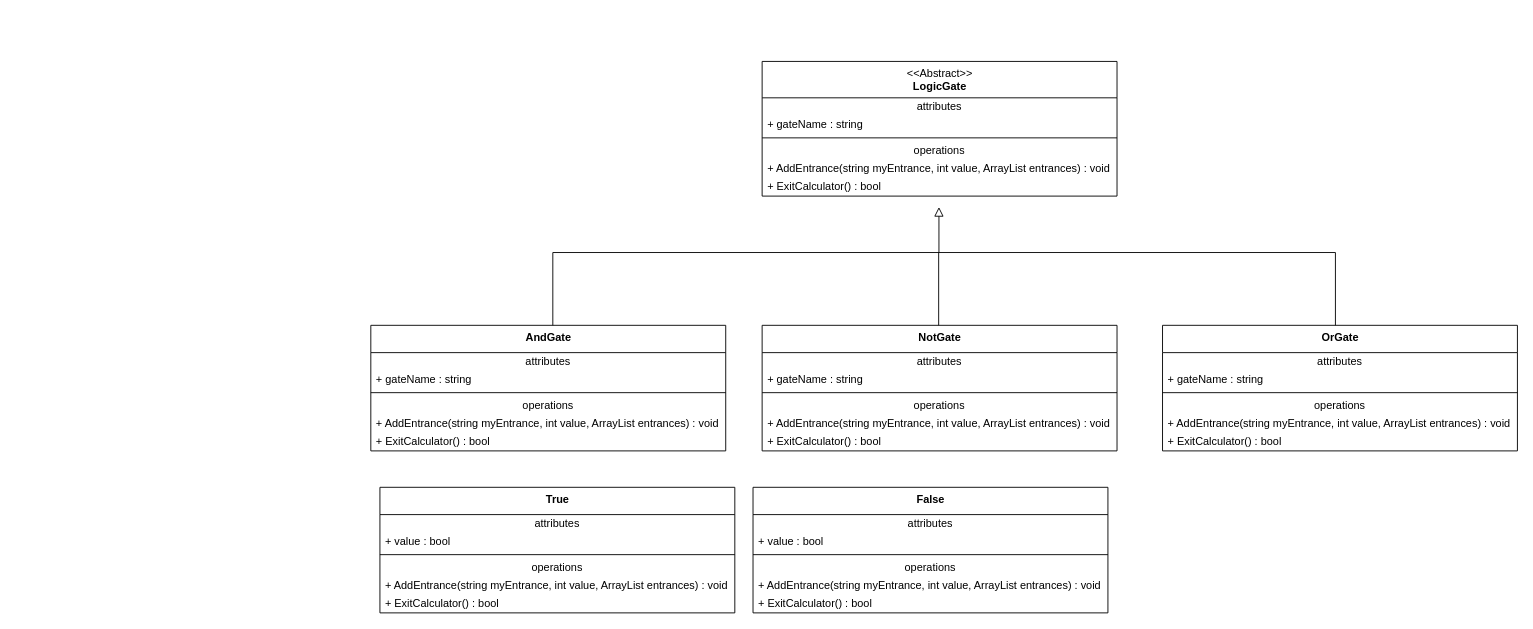
The draw.io diagram uml.drawio in juanalopez1/LogicGates, before the edit. Source tidied: cells renumbered, new cells numbered last; positions are measured from the earlier drawing's top-left corner, leaving out a move shared by most shapes. Both pictures are drawn from the tidied source at 91%, with x=0, y=0 at pixel (370, 61).
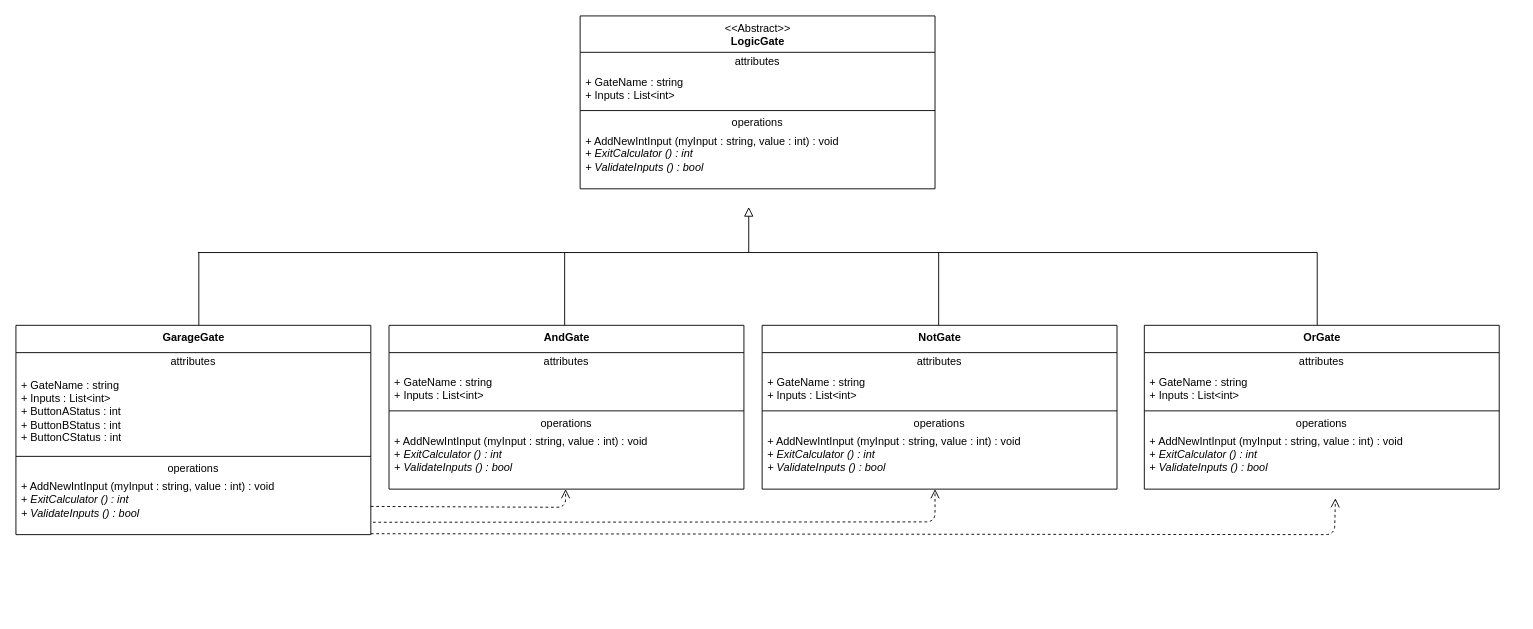
Above is the later version.

The edit, as a diff of the source:
```diff
@@
     <mxCell id="2" value="&amp;lt;&amp;lt;Abstract&amp;gt;&amp;gt;&lt;br&gt;&lt;b&gt;LogicGate&lt;/b&gt;" style="swimlane;fontStyle=0;align=center;verticalAlign=top;horizontal=1;startSize=40;html=1;" parent="1" vertex="1">
-      <mxGeometry x="430" width="390" height="148" as="geometry" />
+      <mxGeometry x="230" y="-50" width="390" height="190" as="geometry" />
     </mxCell>
@@
-    <mxCell id="4" value="+ gateName : string" style="text;html=1;strokeColor=none;fillColor=none;align=left;verticalAlign=middle;spacingLeft=4;spacingRight=4;overflow=hidden;" parent="2" vertex="1">
-      <mxGeometry y="60" width="390" height="20" as="geometry" />
+    <mxCell id="4" value="+ GateName : string&lt;br&gt;+ Inputs : List&amp;lt;int&amp;gt;" style="text;html=1;strokeColor=none;fillColor=none;align=left;verticalAlign=middle;spacingLeft=4;spacingRight=4;overflow=hidden;" parent="2" vertex="1">
+      <mxGeometry y="60" width="390" height="40" as="geometry" />
     </mxCell>
     <mxCell id="5" style="line;strokeWidth=1;fillColor=none;align=left;verticalAlign=middle;spacingTop=-1;spacingLeft=3;spacingRight=3;labelPosition=right;" parent="2" vertex="1">
-      <mxGeometry y="80" width="390" height="8" as="geometry" />
+      <mxGeometry y="100" width="390" height="8" as="geometry" />
     </mxCell>
     <mxCell id="6" value="operations" style="text;html=1;strokeColor=none;fillColor=none;align=center;verticalAlign=middle;spacingLeft=4;spacingRight=4;overflow=hidden;" parent="2" vertex="1">
-      <mxGeometry y="88" width="390" height="20" as="geometry" />
+      <mxGeometry y="108" width="390" height="20" as="geometry" />
     </mxCell>
-    <mxCell id="7" value="+ AddEntrance(string myEntrance, int value, ArrayList entrances) : void&amp;nbsp;" style="text;html=1;strokeColor=none;fillColor=none;align=left;verticalAlign=middle;spacingLeft=4;spacingRight=4;overflow=hidden;" parent="2" vertex="1">
-      <mxGeometry y="108" width="390" height="20" as="geometry" />
+    <mxCell id="7" value="+ AddNewIntInput (myInput : string, value : int) : void&amp;nbsp;&lt;br&gt;+ &lt;i&gt;ExitCalculator () : int&lt;br&gt;+ ValidateInputs () : bool&lt;br&gt;&lt;br&gt;&lt;/i&gt;" style="text;html=1;strokeColor=none;fillColor=none;align=left;verticalAlign=middle;spacingLeft=4;spacingRight=4;overflow=hidden;" parent="2" vertex="1">
+      <mxGeometry y="128" width="390" height="62" as="geometry" />
     </mxCell>
-    <mxCell id="8" value="+ ExitCalculator() : bool&amp;nbsp;" style="text;html=1;strokeColor=none;fillColor=none;align=left;verticalAlign=middle;spacingLeft=4;spacingRight=4;overflow=hidden;" parent="2" vertex="1">
-      <mxGeometry y="128" width="390" height="20" as="geometry" />
-    </mxCell>
-    <mxCell id="9" value="&lt;b&gt;AndGate&lt;/b&gt;" style="swimlane;fontStyle=0;align=center;verticalAlign=top;horizontal=1;startSize=30;html=1;" parent="1" vertex="1">
-      <mxGeometry y="290" width="390" height="138" as="geometry" />
-    </mxCell>
-    <mxCell id="10" value="attributes" style="text;html=1;strokeColor=none;fillColor=none;align=center;verticalAlign=middle;spacingLeft=4;spacingRight=4;overflow=hidden;" parent="9" vertex="1">
-      <mxGeometry y="30" width="390" height="20" as="geometry" />
-    </mxCell>
-    <mxCell id="11" value="+ gateName : string" style="text;html=1;strokeColor=none;fillColor=none;align=left;verticalAlign=middle;spacingLeft=4;spacingRight=4;overflow=hidden;" parent="9" vertex="1">
-      <mxGeometry y="50" width="390" height="20" as="geometry" />
-    </mxCell>
-    <mxCell id="12" style="line;strokeWidth=1;fillColor=none;align=left;verticalAlign=middle;spacingTop=-1;spacingLeft=3;spacingRight=3;labelPosition=right;" parent="9" vertex="1">
-      <mxGeometry y="70" width="390" height="8" as="geometry" />
-    </mxCell>
-    <mxCell id="13" value="operations" style="text;html=1;strokeColor=none;fillColor=none;align=center;verticalAlign=middle;spacingLeft=4;spacingRight=4;overflow=hidden;" parent="9" vertex="1">
-      <mxGeometry y="78" width="390" height="20" as="geometry" />
-    </mxCell>
-    <mxCell id="14" value="+ AddEntrance(string myEntrance, int value, ArrayList entrances) : void&amp;nbsp;" style="text;html=1;strokeColor=none;fillColor=none;align=left;verticalAlign=middle;spacingLeft=4;spacingRight=4;overflow=hidden;" parent="9" vertex="1">
-      <mxGeometry y="98" width="390" height="20" as="geometry" />
-    </mxCell>
-    <mxCell id="15" value="+ ExitCalculator() : bool&amp;nbsp;" style="text;html=1;strokeColor=none;fillColor=none;align=left;verticalAlign=middle;spacingLeft=4;spacingRight=4;overflow=hidden;" parent="9" vertex="1">
-      <mxGeometry y="118" width="390" height="20" as="geometry" />
-    </mxCell>
-    <mxCell id="16" value="&lt;b&gt;OrGate&lt;/b&gt;" style="swimlane;fontStyle=0;align=center;verticalAlign=top;horizontal=1;startSize=30;html=1;" parent="1" vertex="1">
-      <mxGeometry x="870" y="290" width="390" height="138" as="geometry" />
-    </mxCell>
-    <mxCell id="17" value="attributes" style="text;html=1;strokeColor=none;fillColor=none;align=center;verticalAlign=middle;spacingLeft=4;spacingRight=4;overflow=hidden;" parent="16" vertex="1">
-      <mxGeometry y="30" width="390" height="20" as="geometry" />
-    </mxCell>
-    <mxCell id="18" value="+ gateName : string" style="text;html=1;strokeColor=none;fillColor=none;align=left;verticalAlign=middle;spacingLeft=4;spacingRight=4;overflow=hidden;" parent="16" vertex="1">
-      <mxGeometry y="50" width="390" height="20" as="geometry" />
-    </mxCell>
-    <mxCell id="19" style="line;strokeWidth=1;fillColor=none;align=left;verticalAlign=middle;spacingTop=-1;spacingLeft=3;spacingRight=3;labelPosition=right;" parent="16" vertex="1">
-      <mxGeometry y="70" width="390" height="8" as="geometry" />
-    </mxCell>
-    <mxCell id="20" value="operations" style="text;html=1;strokeColor=none;fillColor=none;align=center;verticalAlign=middle;spacingLeft=4;spacingRight=4;overflow=hidden;" parent="16" vertex="1">
-      <mxGeometry y="78" width="390" height="20" as="geometry" />
-    </mxCell>
-    <mxCell id="21" value="+ AddEntrance(string myEntrance, int value, ArrayList entrances) : void&amp;nbsp;" style="text;html=1;strokeColor=none;fillColor=none;align=left;verticalAlign=middle;spacingLeft=4;spacingRight=4;overflow=hidden;" parent="16" vertex="1">
-      <mxGeometry y="98" width="390" height="20" as="geometry" />
-    </mxCell>
-    <mxCell id="22" value="+ ExitCalculator() : bool&amp;nbsp;" style="text;html=1;strokeColor=none;fillColor=none;align=left;verticalAlign=middle;spacingLeft=4;spacingRight=4;overflow=hidden;" parent="16" vertex="1">
-      <mxGeometry y="118" width="390" height="20" as="geometry" />
-    </mxCell>
-    <mxCell id="23" value="&lt;b&gt;NotGate&lt;/b&gt;" style="swimlane;fontStyle=0;align=center;verticalAlign=top;horizontal=1;startSize=30;html=1;" parent="1" vertex="1">
-      <mxGeometry x="430" y="290" width="390" height="138" as="geometry" />
-    </mxCell>
-    <mxCell id="24" value="attributes" style="text;html=1;strokeColor=none;fillColor=none;align=center;verticalAlign=middle;spacingLeft=4;spacingRight=4;overflow=hidden;" parent="23" vertex="1">
-      <mxGeometry y="30" width="390" height="20" as="geometry" />
-    </mxCell>
-    <mxCell id="25" value="+ gateName : string" style="text;html=1;strokeColor=none;fillColor=none;align=left;verticalAlign=middle;spacingLeft=4;spacingRight=4;overflow=hidden;" parent="23" vertex="1">
-      <mxGeometry y="50" width="390" height="20" as="geometry" />
-    </mxCell>
-    <mxCell id="26" style="line;strokeWidth=1;fillColor=none;align=left;verticalAlign=middle;spacingTop=-1;spacingLeft=3;spacingRight=3;labelPosition=right;" parent="23" vertex="1">
-      <mxGeometry y="70" width="390" height="8" as="geometry" />
-    </mxCell>
-    <mxCell id="27" value="operations" style="text;html=1;strokeColor=none;fillColor=none;align=center;verticalAlign=middle;spacingLeft=4;spacingRight=4;overflow=hidden;" parent="23" vertex="1">
-      <mxGeometry y="78" width="390" height="20" as="geometry" />
-    </mxCell>
-    <mxCell id="28" value="+ AddEntrance(string myEntrance, int value, ArrayList entrances) : void&amp;nbsp;" style="text;html=1;strokeColor=none;fillColor=none;align=left;verticalAlign=middle;spacingLeft=4;spacingRight=4;overflow=hidden;" parent="23" vertex="1">
-      <mxGeometry y="98" width="390" height="20" as="geometry" />
-    </mxCell>
-    <mxCell id="29" value="+ ExitCalculator() : bool&amp;nbsp;" style="text;html=1;strokeColor=none;fillColor=none;align=left;verticalAlign=middle;spacingLeft=4;spacingRight=4;overflow=hidden;" parent="23" vertex="1">
-      <mxGeometry y="118" width="390" height="20" as="geometry" />
-    </mxCell>
     <mxCell id="30" style="endArrow=block;html=1;rounded=0;align=center;verticalAlign=bottom;endFill=0;labelBackgroundColor=none;endSize=8;" parent="1" edge="1">
       <mxGeometry relative="1" as="geometry">
-        <mxPoint x="624.3" y="210" as="sourcePoint" />
-        <mxPoint x="624.3" y="160" as="targetPoint" />
+        <mxPoint x="415.3" y="210" as="sourcePoint" />
+        <mxPoint x="415.3" y="160" as="targetPoint" />
       </mxGeometry>
     </mxCell>
     <mxCell id="31" style="html=1;verticalAlign=bottom;labelBackgroundColor=none;endArrow=none;endFill=0;endSize=6;align=left;" parent="1" edge="1">
       <mxGeometry x="-1" relative="1" as="geometry">
-        <mxPoint x="200" y="210" as="sourcePoint" />
-        <mxPoint x="1060" y="210" as="targetPoint" />
+        <mxPoint x="-190" y="210" as="sourcePoint" />
+        <mxPoint x="1040" y="210" as="targetPoint" />
       </mxGeometry>
     </mxCell>
     <mxCell id="32" style="html=1;verticalAlign=bottom;labelBackgroundColor=none;endArrow=none;endFill=0;endSize=6;align=left;entryX=0.5;entryY=0;entryDx=0;entryDy=0;" parent="1" edge="1">
       <mxGeometry x="-1" relative="1" as="geometry">
-        <mxPoint x="200" y="210" as="sourcePoint" />
-        <mxPoint x="200" y="290" as="targetPoint" />
+        <mxPoint x="213" y="210" as="sourcePoint" />
+        <mxPoint x="213" y="290" as="targetPoint" />
       </mxGeometry>
     </mxCell>
@@
     <mxCell id="34" style="html=1;verticalAlign=bottom;labelBackgroundColor=none;endArrow=none;endFill=0;endSize=6;align=left;entryX=0.5;entryY=0;entryDx=0;entryDy=0;" parent="1" edge="1">
       <mxGeometry x="-1" relative="1" as="geometry">
-        <mxPoint x="1060" y="210" as="sourcePoint" />
-        <mxPoint x="1060" y="290" as="targetPoint" />
+        <mxPoint x="1040" y="210" as="sourcePoint" />
+        <mxPoint x="1040" y="290" as="targetPoint" />
       </mxGeometry>
     </mxCell>
-    <mxCell id="35" value="&lt;b&gt;True&lt;/b&gt;" style="swimlane;fontStyle=0;align=center;verticalAlign=top;horizontal=1;startSize=30;html=1;" parent="1" vertex="1">
-      <mxGeometry x="10" y="468" width="390" height="138" as="geometry" />
-    </mxCell>
-    <mxCell id="36" value="attributes" style="text;html=1;strokeColor=none;fillColor=none;align=center;verticalAlign=middle;spacingLeft=4;spacingRight=4;overflow=hidden;" parent="35" vertex="1">
-      <mxGeometry y="30" width="390" height="20" as="geometry" />
-    </mxCell>
-    <mxCell id="37" value="+ value : bool" style="text;html=1;strokeColor=none;fillColor=none;align=left;verticalAlign=middle;spacingLeft=4;spacingRight=4;overflow=hidden;" parent="35" vertex="1">
-      <mxGeometry y="50" width="390" height="20" as="geometry" />
-    </mxCell>
-    <mxCell id="38" style="line;strokeWidth=1;fillColor=none;align=left;verticalAlign=middle;spacingTop=-1;spacingLeft=3;spacingRight=3;labelPosition=right;" parent="35" vertex="1">
-      <mxGeometry y="70" width="390" height="8" as="geometry" />
-    </mxCell>
-    <mxCell id="39" value="operations" style="text;html=1;strokeColor=none;fillColor=none;align=center;verticalAlign=middle;spacingLeft=4;spacingRight=4;overflow=hidden;" parent="35" vertex="1">
-      <mxGeometry y="78" width="390" height="20" as="geometry" />
-    </mxCell>
-    <mxCell id="40" value="+ AddEntrance(string myEntrance, int value, ArrayList entrances) : void&amp;nbsp;" style="text;html=1;strokeColor=none;fillColor=none;align=left;verticalAlign=middle;spacingLeft=4;spacingRight=4;overflow=hidden;" parent="35" vertex="1">
-      <mxGeometry y="98" width="390" height="20" as="geometry" />
-    </mxCell>
-    <mxCell id="41" value="+ ExitCalculator() : bool&amp;nbsp;" style="text;html=1;strokeColor=none;fillColor=none;align=left;verticalAlign=middle;spacingLeft=4;spacingRight=4;overflow=hidden;" parent="35" vertex="1">
-      <mxGeometry y="118" width="390" height="20" as="geometry" />
-    </mxCell>
-    <mxCell id="42" value="&lt;b&gt;False&lt;/b&gt;" style="swimlane;fontStyle=0;align=center;verticalAlign=top;horizontal=1;startSize=30;html=1;" parent="1" vertex="1">
-      <mxGeometry x="420" y="468" width="390" height="138" as="geometry" />
-    </mxCell>
-    <mxCell id="43" value="attributes" style="text;html=1;strokeColor=none;fillColor=none;align=center;verticalAlign=middle;spacingLeft=4;spacingRight=4;overflow=hidden;" parent="42" vertex="1">
-      <mxGeometry y="30" width="390" height="20" as="geometry" />
-    </mxCell>
-    <mxCell id="44" value="+ value : bool" style="text;html=1;strokeColor=none;fillColor=none;align=left;verticalAlign=middle;spacingLeft=4;spacingRight=4;overflow=hidden;" parent="42" vertex="1">
-      <mxGeometry y="50" width="390" height="20" as="geometry" />
-    </mxCell>
-    <mxCell id="45" style="line;strokeWidth=1;fillColor=none;align=left;verticalAlign=middle;spacingTop=-1;spacingLeft=3;spacingRight=3;labelPosition=right;" parent="42" vertex="1">
-      <mxGeometry y="70" width="390" height="8" as="geometry" />
-    </mxCell>
-    <mxCell id="46" value="operations" style="text;html=1;strokeColor=none;fillColor=none;align=center;verticalAlign=middle;spacingLeft=4;spacingRight=4;overflow=hidden;" parent="42" vertex="1">
-      <mxGeometry y="78" width="390" height="20" as="geometry" />
-    </mxCell>
-    <mxCell id="47" value="+ AddEntrance(string myEntrance, int value, ArrayList entrances) : void&amp;nbsp;" style="text;html=1;strokeColor=none;fillColor=none;align=left;verticalAlign=middle;spacingLeft=4;spacingRight=4;overflow=hidden;" parent="42" vertex="1">
-      <mxGeometry y="98" width="390" height="20" as="geometry" />
-    </mxCell>
-    <mxCell id="48" value="+ ExitCalculator() : bool&amp;nbsp;" style="text;html=1;strokeColor=none;fillColor=none;align=left;verticalAlign=middle;spacingLeft=4;spacingRight=4;overflow=hidden;" parent="42" vertex="1">
-      <mxGeometry y="118" width="390" height="20" as="geometry" />
-    </mxCell>
+    <mxCell id="49" value="&lt;b&gt;GarageGate&lt;/b&gt;" style="swimlane;fontStyle=0;align=center;verticalAlign=top;horizontal=1;startSize=30;html=1;" parent="1" vertex="1">
+      <mxGeometry x="-390" y="290" width="390" height="230" as="geometry" />
+    </mxCell>
+    <mxCell id="50" value="attributes" style="text;html=1;strokeColor=none;fillColor=none;align=center;verticalAlign=middle;spacingLeft=4;spacingRight=4;overflow=hidden;" parent="49" vertex="1">
+      <mxGeometry y="30" width="390" height="20" as="geometry" />
+    </mxCell>
+    <mxCell id="51" value="+ GateName : string&lt;br&gt;+ Inputs : List&amp;lt;int&amp;gt;&lt;br&gt;+ ButtonAStatus : int&lt;br&gt;+ ButtonBStatus : int&lt;br&gt;+ ButtonCStatus : int" style="text;html=1;strokeColor=none;fillColor=none;align=left;verticalAlign=middle;spacingLeft=4;spacingRight=4;overflow=hidden;" parent="49" vertex="1">
+      <mxGeometry y="50" width="390" height="90" as="geometry" />
+    </mxCell>
+    <mxCell id="52" style="line;strokeWidth=1;fillColor=none;align=left;verticalAlign=middle;spacingTop=-1;spacingLeft=3;spacingRight=3;labelPosition=right;" parent="49" vertex="1">
+      <mxGeometry y="140" width="390" height="8" as="geometry" />
+    </mxCell>
+    <mxCell id="53" value="operations" style="text;html=1;strokeColor=none;fillColor=none;align=center;verticalAlign=middle;spacingLeft=4;spacingRight=4;overflow=hidden;" parent="49" vertex="1">
+      <mxGeometry y="148" width="390" height="20" as="geometry" />
+    </mxCell>
+    <mxCell id="54" value="+ AddNewIntInput (myInput : string, value : int) : void&amp;nbsp;&lt;br&gt;+ &lt;i&gt;ExitCalculator () : int&lt;br&gt;+ ValidateInputs () : bool&lt;br&gt;&lt;br&gt;&lt;/i&gt;" style="text;html=1;strokeColor=none;fillColor=none;align=left;verticalAlign=middle;spacingLeft=4;spacingRight=4;overflow=hidden;points=[[0,0.5],[1,0.5]];portConstraint=eastwest;" parent="49" vertex="1">
+      <mxGeometry y="168" width="390" height="62" as="geometry" />
+    </mxCell>
+    <mxCell id="55" style="html=1;verticalAlign=bottom;labelBackgroundColor=none;endArrow=none;endFill=0;endSize=6;align=left;entryX=0.5;entryY=0;entryDx=0;entryDy=0;" parent="1" edge="1">
+      <mxGeometry x="-1" relative="1" as="geometry">
+        <mxPoint x="-189" y="210" as="sourcePoint" />
+        <mxPoint x="-189" y="290" as="targetPoint" />
+      </mxGeometry>
+    </mxCell>
+    <mxCell id="56" style="endArrow=open;startArrow=none;endFill=0;startFill=0;endSize=8;html=1;verticalAlign=bottom;dashed=1;labelBackgroundColor=none;exitX=1;exitY=0.5;exitDx=0;exitDy=0;" parent="1" edge="1" source="54">
+      <mxGeometry relative="1" as="geometry">
+        <mxPoint x="214" y="470" as="targetPoint" />
+        <Array as="points">
+          <mxPoint x="214" y="490" />
+        </Array>
+      </mxGeometry>
+    </mxCell>
+    <mxCell id="57" style="endArrow=open;startArrow=none;endFill=0;startFill=0;endSize=8;html=1;verticalAlign=bottom;dashed=1;labelBackgroundColor=none;exitX=1.006;exitY=0.781;exitDx=0;exitDy=0;exitPerimeter=0;" parent="1" edge="1" source="54">
+      <mxGeometry relative="1" as="geometry">
+        <mxPoint x="620" y="470" as="targetPoint" />
+        <Array as="points">
+          <mxPoint x="620" y="506" />
+        </Array>
+      </mxGeometry>
+    </mxCell>
+    <mxCell id="58" style="endArrow=open;startArrow=none;endFill=0;startFill=0;endSize=8;html=1;verticalAlign=bottom;dashed=1;labelBackgroundColor=none;" parent="1" edge="1">
+      <mxGeometry relative="1" as="geometry">
+        <mxPoint y="519" as="sourcePoint" />
+        <mxPoint x="1060" y="480" as="targetPoint" />
+        <Array as="points">
+          <mxPoint x="1059" y="520" />
+        </Array>
+      </mxGeometry>
+    </mxCell>
+    <mxCell id="9" value="&lt;b&gt;AndGate&lt;/b&gt;" style="swimlane;fontStyle=0;align=center;verticalAlign=top;horizontal=1;startSize=30;html=1;" parent="1" vertex="1">
+      <mxGeometry x="20" y="290" width="390" height="180" as="geometry" />
+    </mxCell>
+    <mxCell id="59" value="attributes" style="text;html=1;strokeColor=none;fillColor=none;align=center;verticalAlign=middle;spacingLeft=4;spacingRight=4;overflow=hidden;" parent="9" vertex="1">
+      <mxGeometry y="30" width="390" height="20" as="geometry" />
+    </mxCell>
+    <mxCell id="60" value="+ GateName : string&lt;br&gt;+ Inputs : List&amp;lt;int&amp;gt;" style="text;html=1;strokeColor=none;fillColor=none;align=left;verticalAlign=middle;spacingLeft=4;spacingRight=4;overflow=hidden;" parent="9" vertex="1">
+      <mxGeometry y="50" width="390" height="40" as="geometry" />
+    </mxCell>
+    <mxCell id="61" style="line;strokeWidth=1;fillColor=none;align=left;verticalAlign=middle;spacingTop=-1;spacingLeft=3;spacingRight=3;labelPosition=right;" parent="9" vertex="1">
+      <mxGeometry y="90" width="390" height="8" as="geometry" />
+    </mxCell>
+    <mxCell id="62" value="operations" style="text;html=1;strokeColor=none;fillColor=none;align=center;verticalAlign=middle;spacingLeft=4;spacingRight=4;overflow=hidden;" parent="9" vertex="1">
+      <mxGeometry y="98" width="390" height="20" as="geometry" />
+    </mxCell>
+    <mxCell id="63" value="+ AddNewIntInput (myInput : string, value : int) : void&amp;nbsp;&lt;br&gt;+ &lt;i&gt;ExitCalculator () : int&lt;br&gt;+ ValidateInputs () : bool&lt;br&gt;&lt;br&gt;&lt;/i&gt;" style="text;html=1;strokeColor=none;fillColor=none;align=left;verticalAlign=middle;spacingLeft=4;spacingRight=4;overflow=hidden;" parent="9" vertex="1">
+      <mxGeometry y="118" width="390" height="62" as="geometry" />
+    </mxCell>
+    <mxCell id="23" value="&lt;b&gt;NotGate&lt;/b&gt;" style="swimlane;fontStyle=0;align=center;verticalAlign=top;horizontal=1;startSize=30;html=1;" parent="1" vertex="1">
+      <mxGeometry x="430" y="290" width="390" height="180" as="geometry" />
+    </mxCell>
+    <mxCell id="64" value="attributes" style="text;html=1;strokeColor=none;fillColor=none;align=center;verticalAlign=middle;spacingLeft=4;spacingRight=4;overflow=hidden;" parent="23" vertex="1">
+      <mxGeometry y="30" width="390" height="20" as="geometry" />
+    </mxCell>
+    <mxCell id="65" value="+ GateName : string&lt;br&gt;+ Inputs : List&amp;lt;int&amp;gt;" style="text;html=1;strokeColor=none;fillColor=none;align=left;verticalAlign=middle;spacingLeft=4;spacingRight=4;overflow=hidden;" parent="23" vertex="1">
+      <mxGeometry y="50" width="390" height="40" as="geometry" />
+    </mxCell>
+    <mxCell id="66" style="line;strokeWidth=1;fillColor=none;align=left;verticalAlign=middle;spacingTop=-1;spacingLeft=3;spacingRight=3;labelPosition=right;" parent="23" vertex="1">
+      <mxGeometry y="90" width="390" height="8" as="geometry" />
+    </mxCell>
+    <mxCell id="67" value="operations" style="text;html=1;strokeColor=none;fillColor=none;align=center;verticalAlign=middle;spacingLeft=4;spacingRight=4;overflow=hidden;" parent="23" vertex="1">
+      <mxGeometry y="98" width="390" height="20" as="geometry" />
+    </mxCell>
+    <mxCell id="68" value="+ AddNewIntInput (myInput : string, value : int) : void&amp;nbsp;&lt;br&gt;+ &lt;i&gt;ExitCalculator () : int&lt;br&gt;+ ValidateInputs () : bool&lt;br&gt;&lt;br&gt;&lt;/i&gt;" style="text;html=1;strokeColor=none;fillColor=none;align=left;verticalAlign=middle;spacingLeft=4;spacingRight=4;overflow=hidden;" parent="23" vertex="1">
+      <mxGeometry y="118" width="390" height="62" as="geometry" />
+    </mxCell>
+    <mxCell id="16" value="&lt;b&gt;OrGate&lt;/b&gt;" style="swimlane;fontStyle=0;align=center;verticalAlign=top;horizontal=1;startSize=30;html=1;" parent="1" vertex="1">
+      <mxGeometry x="850" y="290" width="390" height="180" as="geometry" />
+    </mxCell>
+    <mxCell id="69" value="attributes" style="text;html=1;strokeColor=none;fillColor=none;align=center;verticalAlign=middle;spacingLeft=4;spacingRight=4;overflow=hidden;" parent="16" vertex="1">
+      <mxGeometry y="30" width="390" height="20" as="geometry" />
+    </mxCell>
+    <mxCell id="70" value="+ GateName : string&lt;br&gt;+ Inputs : List&amp;lt;int&amp;gt;" style="text;html=1;strokeColor=none;fillColor=none;align=left;verticalAlign=middle;spacingLeft=4;spacingRight=4;overflow=hidden;" parent="16" vertex="1">
+      <mxGeometry y="50" width="390" height="40" as="geometry" />
+    </mxCell>
+    <mxCell id="71" style="line;strokeWidth=1;fillColor=none;align=left;verticalAlign=middle;spacingTop=-1;spacingLeft=3;spacingRight=3;labelPosition=right;" parent="16" vertex="1">
+      <mxGeometry y="90" width="390" height="8" as="geometry" />
+    </mxCell>
+    <mxCell id="72" value="operations" style="text;html=1;strokeColor=none;fillColor=none;align=center;verticalAlign=middle;spacingLeft=4;spacingRight=4;overflow=hidden;" parent="16" vertex="1">
+      <mxGeometry y="98" width="390" height="20" as="geometry" />
+    </mxCell>
+    <mxCell id="73" value="+ AddNewIntInput (myInput : string, value : int) : void&amp;nbsp;&lt;br&gt;+ &lt;i&gt;ExitCalculator () : int&lt;br&gt;+ ValidateInputs () : bool&lt;br&gt;&lt;br&gt;&lt;/i&gt;" style="text;html=1;strokeColor=none;fillColor=none;align=left;verticalAlign=middle;spacingLeft=4;spacingRight=4;overflow=hidden;" parent="16" vertex="1">
+      <mxGeometry y="118" width="390" height="62" as="geometry" />
+    </mxCell>
```
